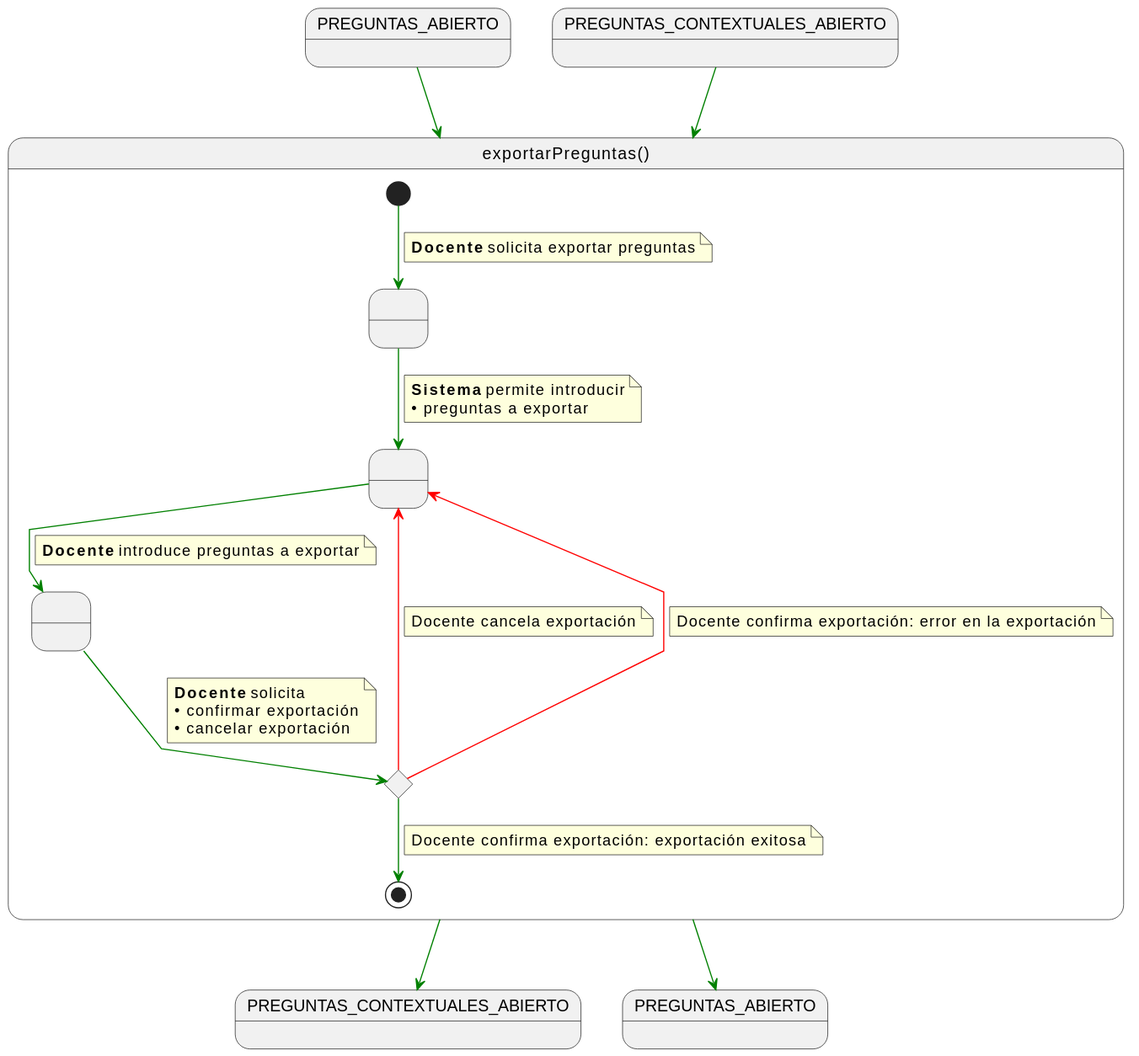
Before: documents/casos-de-uso/detalladoCasosDeUso/exportarPreguntas/exportarPreguntas.svg, a diagram exported from PlantUML (martinlopez7/25-26-IdSw1-SdR).
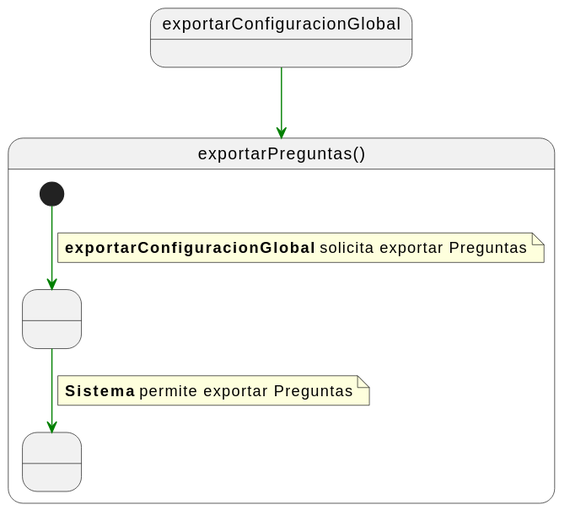
After the commit.

The edit, as a diff of the source:
```diff
@@ -1,60 +1,24 @@
 @startuml
 skinparam linetype polyline
 
-state PREGUNTAS_ABIERTO
-state PREGUNTAS_CONTEXTUALES_ABIERTO
-state PREGUNTAS_CONTEXTUALES_ABIERTO2 as "PREGUNTAS_CONTEXTUALES_ABIERTO"
-state PREGUNTAS_ABIERTO2 as "PREGUNTAS_ABIERTO"
+state exportarConfiguracionGlobal as "exportarConfiguracionGlobal"
 
 state exportarPreguntas as "exportarPreguntas()" {
 
     state " " as RequiringExport
     state " " as ProvidingPreguntas
-    state " " as ProvidingConfirmation
-    state c <<choice>>
 
     [*] -[#green]-> RequiringExport
     note on link
-    <b>Docente</b> solicita exportar preguntas
+    <b>exportarConfiguracionGlobal</b> solicita exportar Preguntas
     end note
 
     RequiringExport -[#green]-> ProvidingPreguntas
     note on link
-    <b>Sistema</b> permite introducir
-    • preguntas a exportar
+    <b>Sistema</b> permite exportar Preguntas
     end note
 
-    ProvidingPreguntas -[#green]-> ProvidingConfirmation
-    note on link
-    <b>Docente</b> introduce preguntas a exportar
-    end note
-
-    ProvidingConfirmation -[#green]-> c
-    note on link
-    <b>Docente</b> solicita
-    • confirmar exportación
-    • cancelar exportación
-    end note
-
-    c -[#red]-> ProvidingPreguntas
-    note on link
-    Docente cancela exportación
-    end note
-
-    c -[#red]-> ProvidingPreguntas
-    note on link
-    Docente confirma exportación: error en la exportación
-    end note
-
-    c -[#green]-> [*]
-    note on link
-    Docente confirma exportación: exportación exitosa
-    end note
 }
 
-PREGUNTAS_ABIERTO -[#green]-> exportarPreguntas
-exportarPreguntas -[#green]-> PREGUNTAS_ABIERTO2
-
-PREGUNTAS_CONTEXTUALES_ABIERTO -[#green]-> exportarPreguntas
-exportarPreguntas -[#green]-> PREGUNTAS_CONTEXTUALES_ABIERTO2
+exportarConfiguracionGlobal -[#green]-> exportarPreguntas
 @enduml
```
